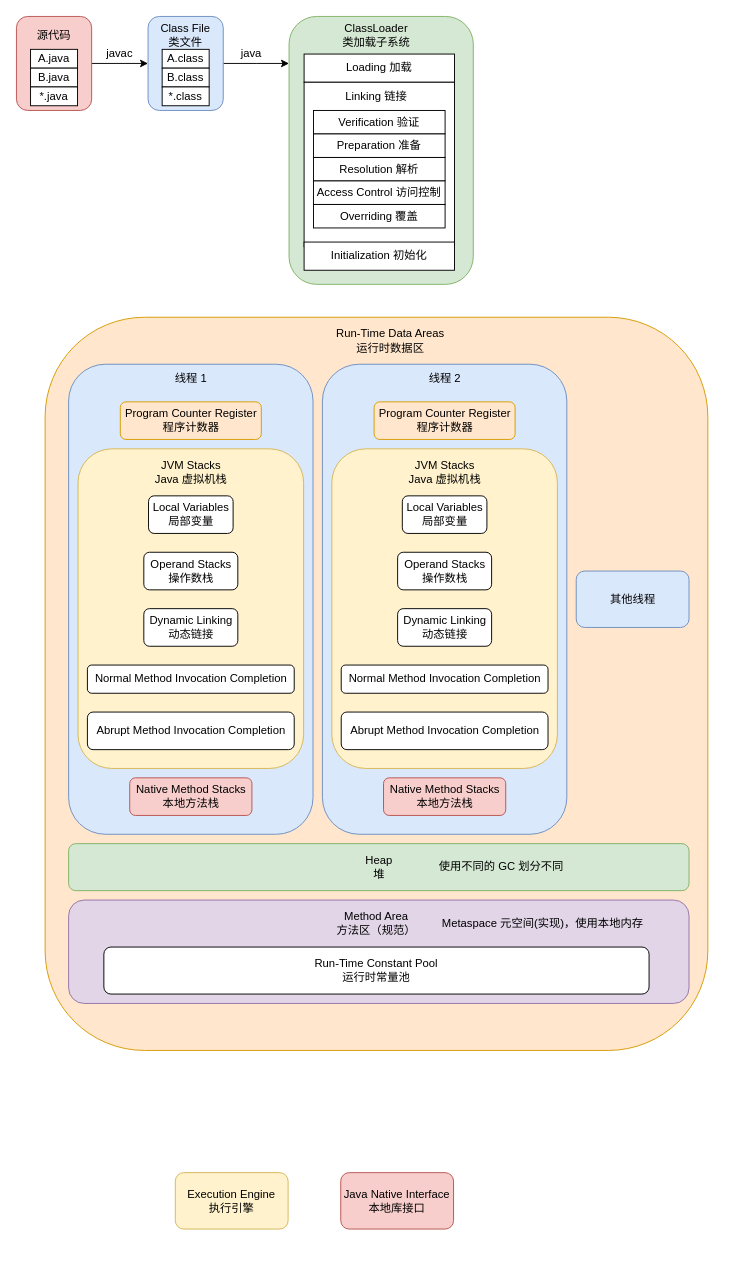
Earlier version of the draw.io diagram Project/openjdk/jvm/Architecture.drawio (Xianzhan/amind). Source tidied: cells renumbered, new cells numbered last; positions are measured from the earlier drawing's top-left corner, leaving out a move shared by most shapes. Both pictures are drawn from the tidied source at 94%, with x=0, y=0 at pixel (16, 16).
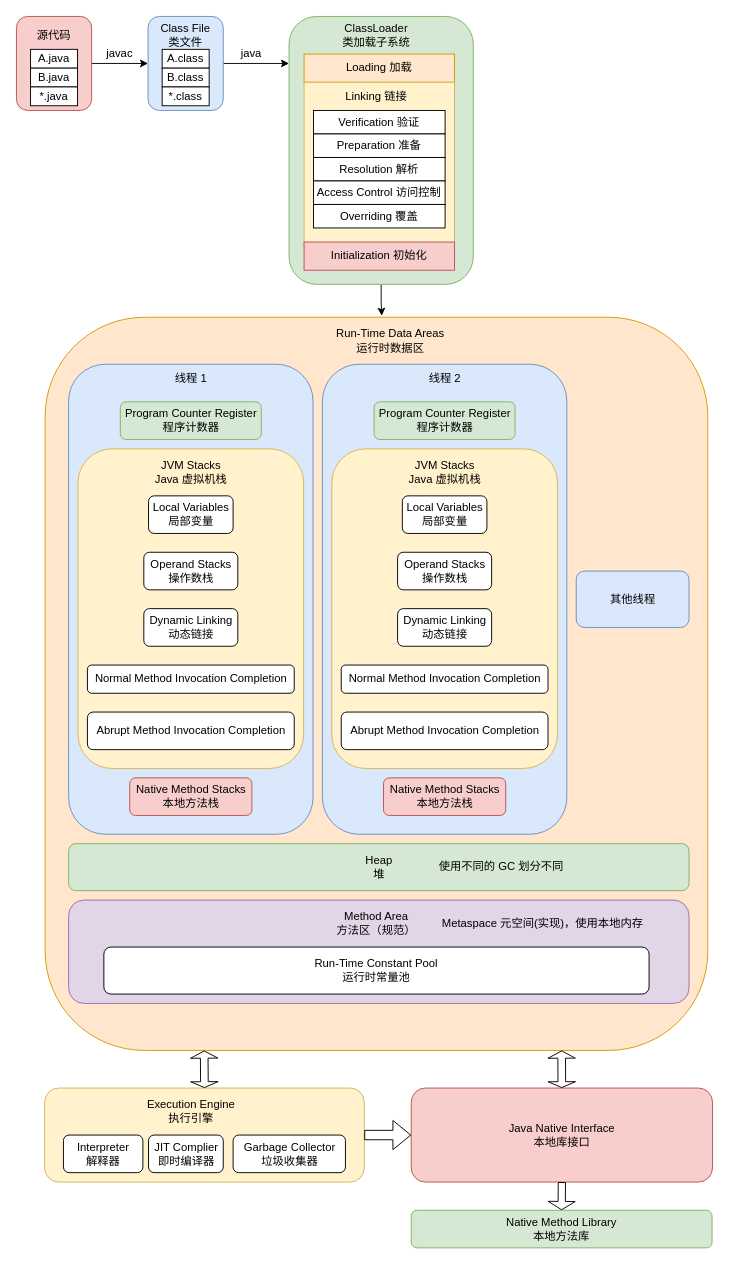
Above is the later version.

The change refers to these unchanged cells:
```xml
<mxCell id="2" style="rounded=1;whiteSpace=wrap;html=1;fillColor=#ffe6cc;strokeColor=#d79b00;" parent="1" vertex="1">
  <mxGeometry x="30.5" y="320" width="705" height="780" as="geometry" />
</mxCell>
<mxCell id="6" style="rounded=1;whiteSpace=wrap;html=1;fillColor=#d5e8d4;strokeColor=#82b366;" parent="1" vertex="1">
  <mxGeometry x="290" width="196" height="285" as="geometry" />
</mxCell>
```

The edit, as a diff of the source:
```diff
@@
+    <mxCell id="60" style="edgeStyle=orthogonalEdgeStyle;rounded=0;jettySize=auto;html=1;entryX=0.508;entryY=-0.002;entryDx=0;entryDy=0;entryPerimeter=0;" parent="1" edge="1" source="6" target="2">
+      <mxGeometry relative="1" as="geometry" />
+    </mxCell>
@@
-    <mxCell id="7" value="Execution Engine&lt;br&gt;执行引擎" style="rounded=1;whiteSpace=wrap;html=1;fillColor=#fff2cc;strokeColor=#d6b656;" parent="1" vertex="1">
-      <mxGeometry x="169" y="1230" width="120" height="60" as="geometry" />
+    <mxCell id="7" style="rounded=1;whiteSpace=wrap;html=1;fillColor=#fff2cc;strokeColor=#d6b656;" parent="1" vertex="1">
+      <mxGeometry x="30" y="1140" width="340" height="100" as="geometry" />
     </mxCell>
     <mxCell id="8" value="Java Native Interface&lt;br&gt;本地库接口" style="rounded=1;whiteSpace=wrap;html=1;fillColor=#f8cecc;strokeColor=#b85450;" parent="1" vertex="1">
-      <mxGeometry x="345" y="1230" width="120" height="60" as="geometry" />
+      <mxGeometry x="420" y="1140" width="320.5" height="100" as="geometry" />
     </mxCell>
@@
-    <mxCell id="22" value="Loading 加载" style="rounded=0;whiteSpace=wrap;html=1;" parent="1" vertex="1">
+    <mxCell id="22" value="Loading 加载" style="rounded=0;whiteSpace=wrap;html=1;fillColor=#ffe6cc;strokeColor=#d79b00;" parent="1" vertex="1">
       <mxGeometry x="306" y="40" width="160" height="30" as="geometry" />
     </mxCell>
-    <mxCell id="23" style="rounded=0;whiteSpace=wrap;html=1;" parent="1" vertex="1">
+    <mxCell id="23" style="rounded=0;whiteSpace=wrap;html=1;fillColor=#fff2cc;strokeColor=#d6b656;" parent="1" vertex="1">
       <mxGeometry x="306" y="70" width="160" height="175" as="geometry" />
     </mxCell>
-    <mxCell id="24" value="Initialization 初始化" style="rounded=0;whiteSpace=wrap;html=1;" parent="1" vertex="1">
+    <mxCell id="24" value="Initialization 初始化" style="rounded=0;whiteSpace=wrap;html=1;fillColor=#f8cecc;strokeColor=#b85450;" parent="1" vertex="1">
       <mxGeometry x="306" y="240" width="160" height="30" as="geometry" />
     </mxCell>
@@
-    <mxCell id="32" value="&lt;span style=&quot;&quot;&gt;Program Counter Register&lt;/span&gt;&lt;br style=&quot;&quot;&gt;&lt;span style=&quot;&quot;&gt;程序计数器&lt;/span&gt;" style="rounded=1;whiteSpace=wrap;html=1;fillColor=#ffe6cc;strokeColor=#d79b00;" parent="1" vertex="1">
+    <mxCell id="32" value="&lt;span style=&quot;&quot;&gt;Program Counter Register&lt;/span&gt;&lt;br style=&quot;&quot;&gt;&lt;span style=&quot;&quot;&gt;程序计数器&lt;/span&gt;" style="rounded=1;whiteSpace=wrap;html=1;fillColor=#d5e8d4;strokeColor=#82b366;" parent="1" vertex="1">
       <mxGeometry x="110.5" y="410" width="150" height="40" as="geometry" />
     </mxCell>
@@
-    <mxCell id="47" value="&lt;span style=&quot;&quot;&gt;Program Counter Register&lt;/span&gt;&lt;br style=&quot;&quot;&gt;&lt;span style=&quot;&quot;&gt;程序计数器&lt;/span&gt;" style="rounded=1;whiteSpace=wrap;html=1;fillColor=#ffe6cc;strokeColor=#d79b00;" parent="1" vertex="1">
+    <mxCell id="47" value="&lt;span style=&quot;&quot;&gt;Program Counter Register&lt;/span&gt;&lt;br style=&quot;&quot;&gt;&lt;span style=&quot;&quot;&gt;程序计数器&lt;/span&gt;" style="rounded=1;whiteSpace=wrap;html=1;fillColor=#d5e8d4;strokeColor=#82b366;" parent="1" vertex="1">
       <mxGeometry x="380.5" y="410" width="150" height="40" as="geometry" />
     </mxCell>
@@
+    <mxCell id="61" value="Interpreter&lt;br&gt;解释器" style="rounded=1;whiteSpace=wrap;html=1;" parent="1" vertex="1">
+      <mxGeometry x="50" y="1190" width="84.5" height="40" as="geometry" />
+    </mxCell>
+    <mxCell id="62" value="JIT Complier&lt;br&gt;即时编译器" style="rounded=1;whiteSpace=wrap;html=1;" parent="1" vertex="1">
+      <mxGeometry x="140.5" y="1190" width="79.5" height="40" as="geometry" />
+    </mxCell>
+    <mxCell id="63" value="Garbage Collector&lt;br&gt;垃圾收集器" style="rounded=1;whiteSpace=wrap;html=1;" parent="1" vertex="1">
+      <mxGeometry x="230.5" y="1190" width="119.5" height="40" as="geometry" />
+    </mxCell>
+    <mxCell id="64" value="Execution Engine&lt;br&gt;执行引擎" style="text;html=1;strokeColor=none;fillColor=none;align=center;verticalAlign=middle;whiteSpace=wrap;rounded=0;" parent="1" vertex="1">
+      <mxGeometry x="130.5" y="1150" width="110" height="30" as="geometry" />
+    </mxCell>
+    <mxCell id="65" style="shape=flexArrow;endArrow=classic;startArrow=classic;html=1;rounded=0;exitX=0.5;exitY=0;exitDx=0;exitDy=0;width=8.121827411167512;startSize=1.7461928934010151;endSize=2.246700507614213;entryX=0.24;entryY=1;entryDx=0;entryDy=0;entryPerimeter=0;" parent="1" edge="1" source="7" target="2">
+      <mxGeometry relative="1" as="geometry" />
+    </mxCell>
+    <mxCell id="66" style="shape=flexArrow;endArrow=classic;startArrow=classic;html=1;rounded=0;exitX=0.5;exitY=0;exitDx=0;exitDy=0;width=8.121827411167512;startSize=1.7461928934010151;endSize=2.246700507614213;entryX=0.24;entryY=1;entryDx=0;entryDy=0;entryPerimeter=0;" parent="1" edge="1">
+      <mxGeometry relative="1" as="geometry">
+        <mxPoint x="580.2" y="1140" as="sourcePoint" />
+        <mxPoint x="580" y="1100" as="targetPoint" />
+      </mxGeometry>
+    </mxCell>
+    <mxCell id="67" style="shape=flexArrow;endArrow=classic;html=1;rounded=0;exitX=1;exitY=0.5;exitDx=0;exitDy=0;" parent="1" edge="1" source="7" target="8">
+      <mxGeometry relative="1" as="geometry" />
+    </mxCell>
+    <mxCell id="68" value="Native Method Library&lt;br&gt;本地方法库" style="rounded=1;whiteSpace=wrap;html=1;fillColor=#d5e8d4;strokeColor=#82b366;" parent="1" vertex="1">
+      <mxGeometry x="420" y="1270" width="320" height="40" as="geometry" />
+    </mxCell>
+    <mxCell id="69" style="shape=flexArrow;endArrow=classic;html=1;rounded=0;exitX=0.5;exitY=1;exitDx=0;exitDy=0;entryX=0.5;entryY=0;entryDx=0;entryDy=0;width=7.719298245614035;endSize=2.624561403508772;" parent="1" edge="1" source="8" target="68">
+      <mxGeometry relative="1" as="geometry" />
+    </mxCell>
```
